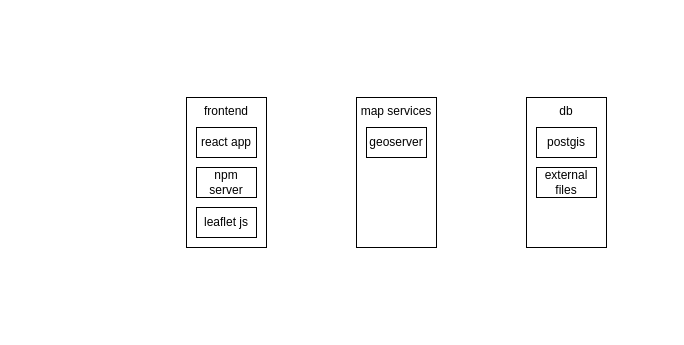
This is prge_01_ms/Diagram bez tytułu.drawio from Mateusz10099/prge_01_m-, a draw.io file, before an edit. Source tidied: cells renumbered, new cells numbered last; positions are measured from the earlier drawing's top-left corner, leaving out a move shared by most shapes. Both pictures are drawn from the tidied source at 100%, with x=0, y=0 at pixel (151, 127).
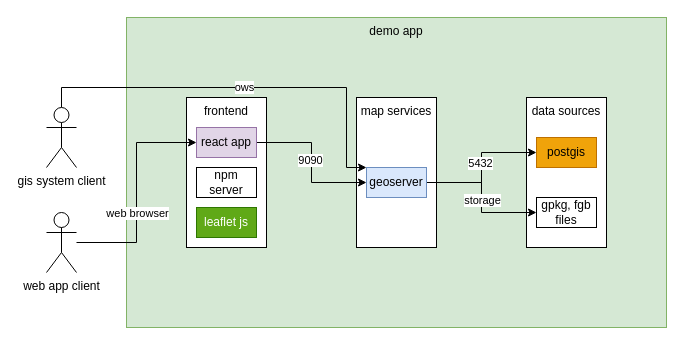
Above is the later version.

Change to the diagram source:
```diff
@@
+    <mxCell id="12" value="demo app" style="rounded=0;whiteSpace=wrap;html=1;verticalAlign=top;fillColor=#d5e8d4;strokeColor=#82b366;" parent="1" vertex="1">
+      <mxGeometry x="-25" y="-110" width="540" height="310" as="geometry" />
+    </mxCell>
@@
-    <mxCell id="5" value="db" style="rounded=0;whiteSpace=wrap;html=1;horizontal=0;verticalAlign=top;rotation=90;" parent="1" vertex="1">
+    <mxCell id="5" value="data sources" style="rounded=0;whiteSpace=wrap;html=1;horizontal=0;verticalAlign=top;rotation=90;" parent="1" vertex="1">
       <mxGeometry x="340" y="5" width="150" height="80" as="geometry" />
     </mxCell>
+    <mxCell id="13" style="edgeStyle=orthogonalEdgeStyle;rounded=0;jettySize=auto;html=1;entryX=0;entryY=0.5;entryDx=0;entryDy=0;" parent="1" edge="1" source="6" target="9">
+      <mxGeometry relative="1" as="geometry" />
+    </mxCell>
+    <mxCell id="14" value="9090" style="edgeLabel;html=1;align=center;verticalAlign=middle;" parent="13" vertex="1">
+      <mxGeometry x="-0.04" y="-2" relative="1" as="geometry" />
+    </mxCell>
-    <mxCell id="6" value="react app" style="rounded=0;whiteSpace=wrap;html=1;" parent="1" vertex="1">
+    <mxCell id="6" value="react app" style="rounded=0;whiteSpace=wrap;html=1;fillColor=#e1d5e7;strokeColor=#9673a6;" parent="1" vertex="1">
       <mxGeometry x="45" width="60" height="30" as="geometry" />
     </mxCell>
@@
-    <mxCell id="8" value="leaflet js" style="rounded=0;whiteSpace=wrap;html=1;" parent="1" vertex="1">
+    <mxCell id="8" value="leaflet js" style="rounded=0;whiteSpace=wrap;html=1;fillColor=#60a917;fontColor=#ffffff;strokeColor=#2D7600;" parent="1" vertex="1">
       <mxGeometry x="45" y="80" width="60" height="30" as="geometry" />
     </mxCell>
+    <mxCell id="15" style="edgeStyle=orthogonalEdgeStyle;rounded=0;jettySize=auto;html=1;entryX=0;entryY=0.5;entryDx=0;entryDy=0;" parent="1" edge="1" source="9" target="10">
+      <mxGeometry relative="1" as="geometry" />
+    </mxCell>
+    <mxCell id="16" value="5432" style="edgeLabel;html=1;align=center;verticalAlign=middle;" parent="15" vertex="1">
+      <mxGeometry x="0.07" y="2" relative="1" as="geometry" />
+    </mxCell>
+    <mxCell id="17" style="edgeStyle=orthogonalEdgeStyle;rounded=0;jettySize=auto;html=1;entryX=0;entryY=0.5;entryDx=0;entryDy=0;" parent="1" edge="1" source="9" target="11">
+      <mxGeometry relative="1" as="geometry" />
+    </mxCell>
+    <mxCell id="18" value="storage" style="edgeLabel;html=1;align=center;verticalAlign=middle;" parent="17" vertex="1">
+      <mxGeometry x="0.03" relative="1" as="geometry" />
+    </mxCell>
-    <mxCell id="9" value="geoserver" style="rounded=0;whiteSpace=wrap;html=1;" parent="1" vertex="1">
-      <mxGeometry x="215" width="60" height="30" as="geometry" />
+    <mxCell id="9" value="geoserver" style="rounded=0;whiteSpace=wrap;html=1;fillColor=#dae8fc;strokeColor=#6c8ebf;" parent="1" vertex="1">
+      <mxGeometry x="215" y="40" width="60" height="30" as="geometry" />
     </mxCell>
-    <mxCell id="10" value="postgis" style="rounded=0;whiteSpace=wrap;html=1;" parent="1" vertex="1">
-      <mxGeometry x="385" width="60" height="30" as="geometry" />
+    <mxCell id="10" value="postgis" style="rounded=0;whiteSpace=wrap;html=1;fillColor=#f0a30a;fontColor=#000000;strokeColor=#BD7000;" parent="1" vertex="1">
+      <mxGeometry x="385" y="10" width="60" height="30" as="geometry" />
     </mxCell>
-    <mxCell id="11" value="external files" style="rounded=0;whiteSpace=wrap;html=1;" parent="1" vertex="1">
-      <mxGeometry x="385" y="40" width="60" height="30" as="geometry" />
+    <mxCell id="11" value="gpkg, fgb files" style="rounded=0;whiteSpace=wrap;html=1;" parent="1" vertex="1">
+      <mxGeometry x="385" y="70" width="60" height="30" as="geometry" />
     </mxCell>
+    <mxCell id="19" value="ows" style="edgeStyle=orthogonalEdgeStyle;rounded=0;jettySize=auto;html=1;" parent="1" edge="1" source="20">
+      <mxGeometry relative="1" as="geometry">
+        <mxPoint x="215" y="40" as="targetPoint" />
+        <Array as="points">
+          <mxPoint x="195" y="-40" />
+          <mxPoint x="195" y="40" />
+        </Array>
+      </mxGeometry>
+    </mxCell>
+    <mxCell id="20" value="gis system client" style="shape=umlActor;verticalLabelPosition=bottom;verticalAlign=top;html=1;outlineConnect=0;" parent="1" vertex="1">
+      <mxGeometry x="-105" y="-20" width="30" height="60" as="geometry" />
+    </mxCell>
+    <mxCell id="21" style="edgeStyle=orthogonalEdgeStyle;rounded=0;jettySize=auto;html=1;entryX=0;entryY=0.5;entryDx=0;entryDy=0;" parent="1" edge="1" source="23" target="6">
+      <mxGeometry relative="1" as="geometry" />
+    </mxCell>
+    <mxCell id="22" value="web browser" style="edgeLabel;html=1;align=center;verticalAlign=middle;" parent="21" vertex="1">
+      <mxGeometry x="-0.69" y="2" relative="1" as="geometry">
+        <mxPoint x="26" y="-28" as="offset" />
+      </mxGeometry>
+    </mxCell>
+    <mxCell id="23" value="web app client" style="shape=umlActor;verticalLabelPosition=bottom;verticalAlign=top;html=1;outlineConnect=0;" parent="1" vertex="1">
+      <mxGeometry x="-105" y="85" width="30" height="60" as="geometry" />
+    </mxCell>
```
